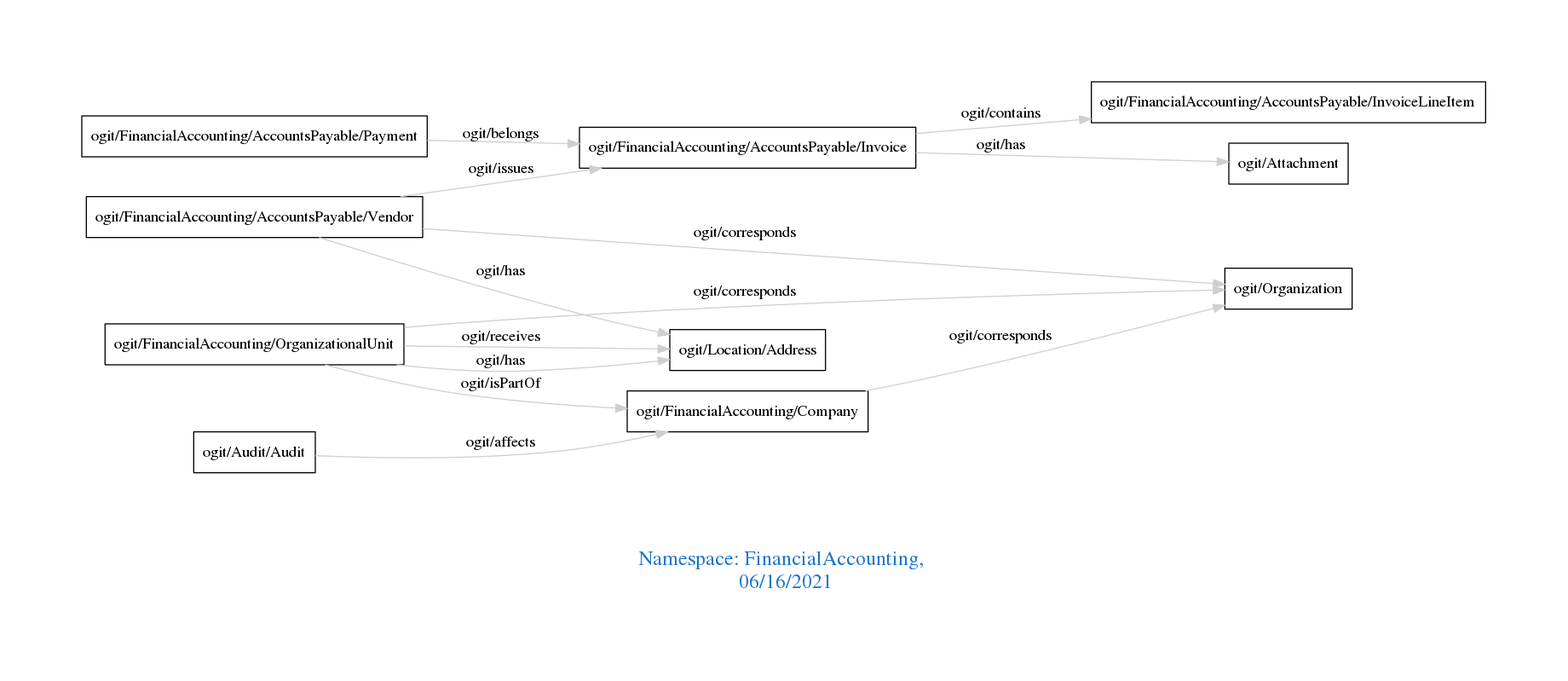
The Graphviz diagram downloads/FinancialAccounting.png in arago/OGIT, before a commit. Its source is kept beside it as downloads/FinancialAccounting.dot.
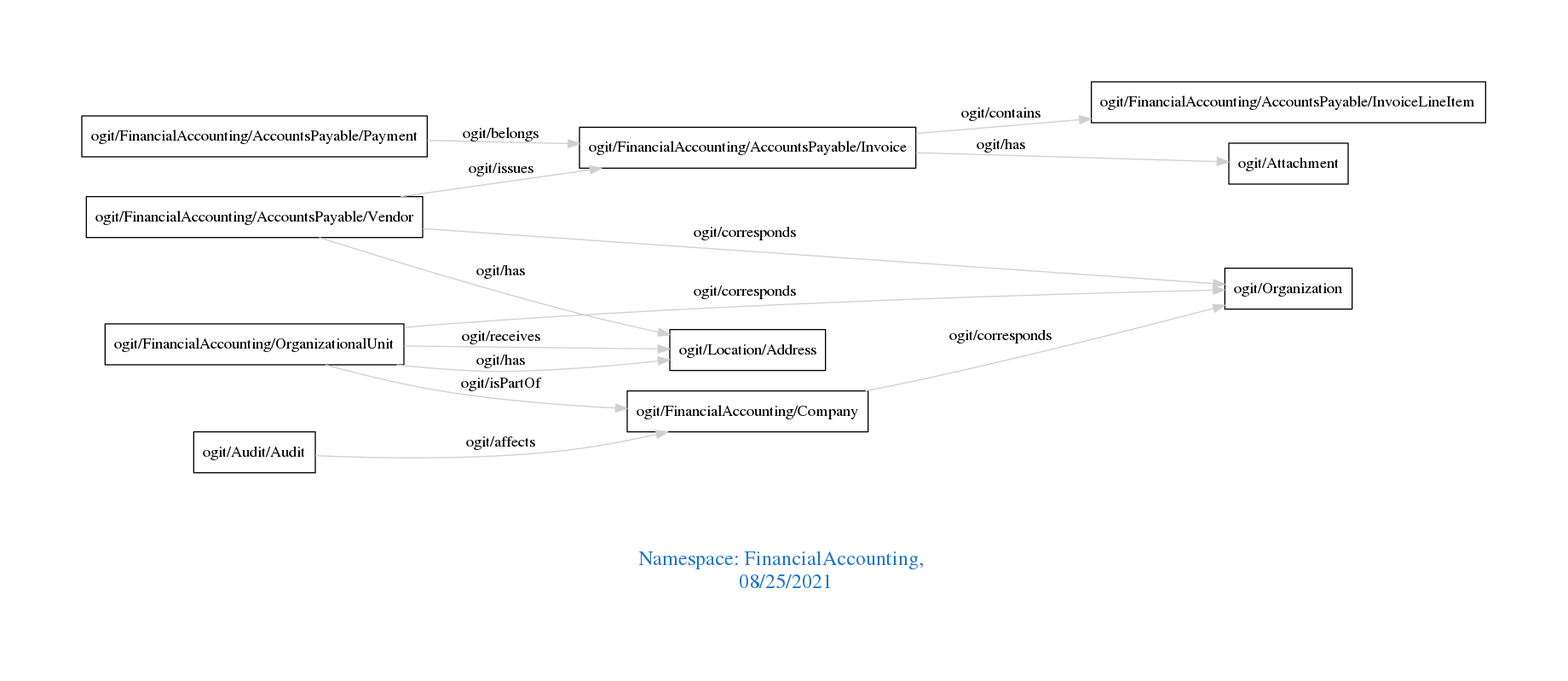
After the commit.

What changed in the source:
```diff
@@ -1,7 +1,7 @@
 digraph OGIT_ontology {
  graph [ rankdir= LR,pad=1
 fontsize = 18,
-fontcolor= dodgerblue3,label = "\n\n\nNamespace: FinancialAccounting, \n 06/16/2021"];
+fontcolor= dodgerblue3,label = "\n\n\nNamespace: FinancialAccounting, \n 08/25/2021"];
 node[shape=polygon];
 edge [  color="gray81"];
 
```
